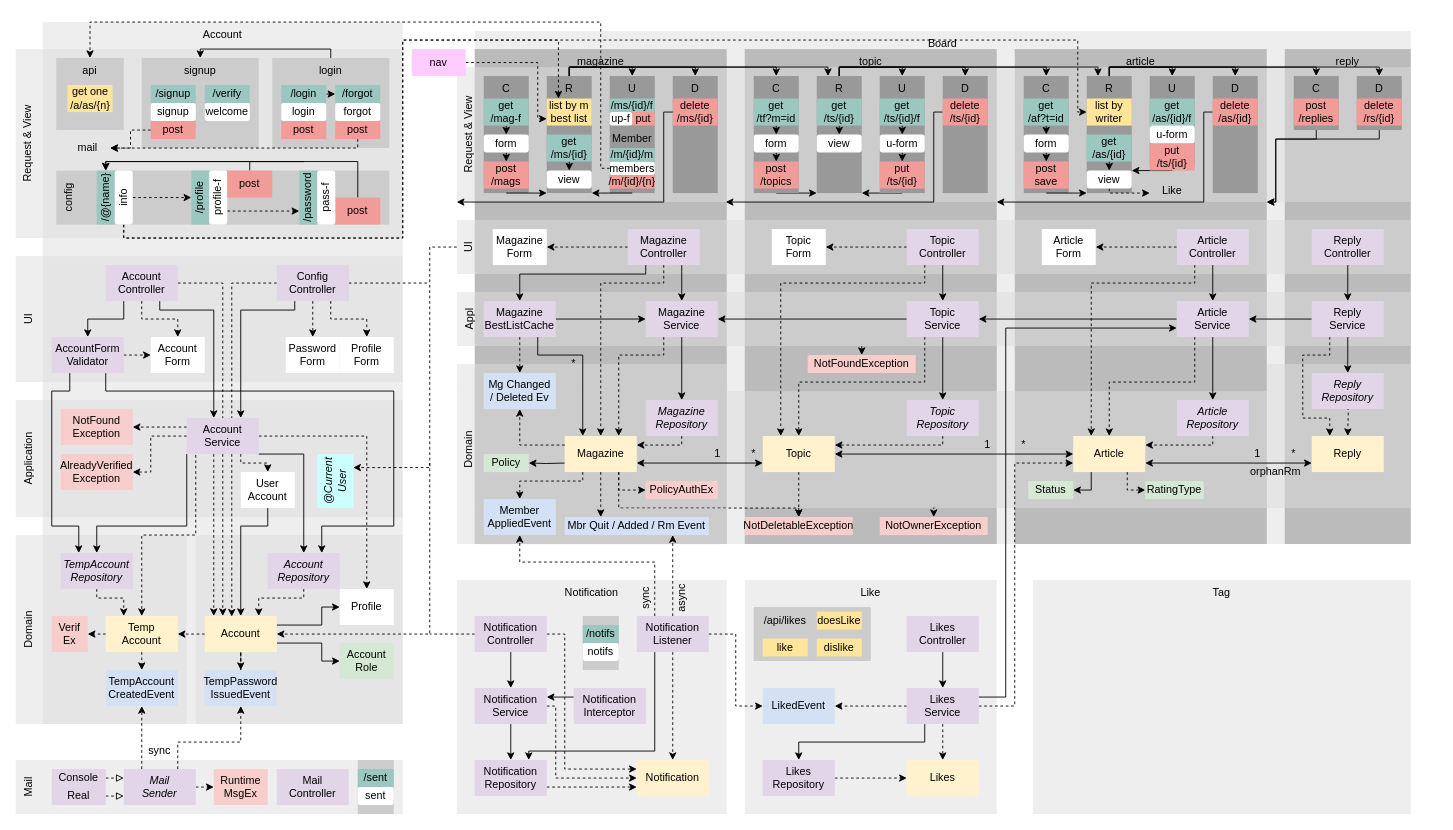
Above: diagram.drawio in suloginscene/dinner (draw.io), before the change. Source tidied: cells renumbered, new cells numbered last; positions are measured from the earlier drawing's top-left corner, leaving out a move shared by most shapes. Both pictures are drawn from the tidied source at 90%, with x=0, y=0 at pixel (15, 22).
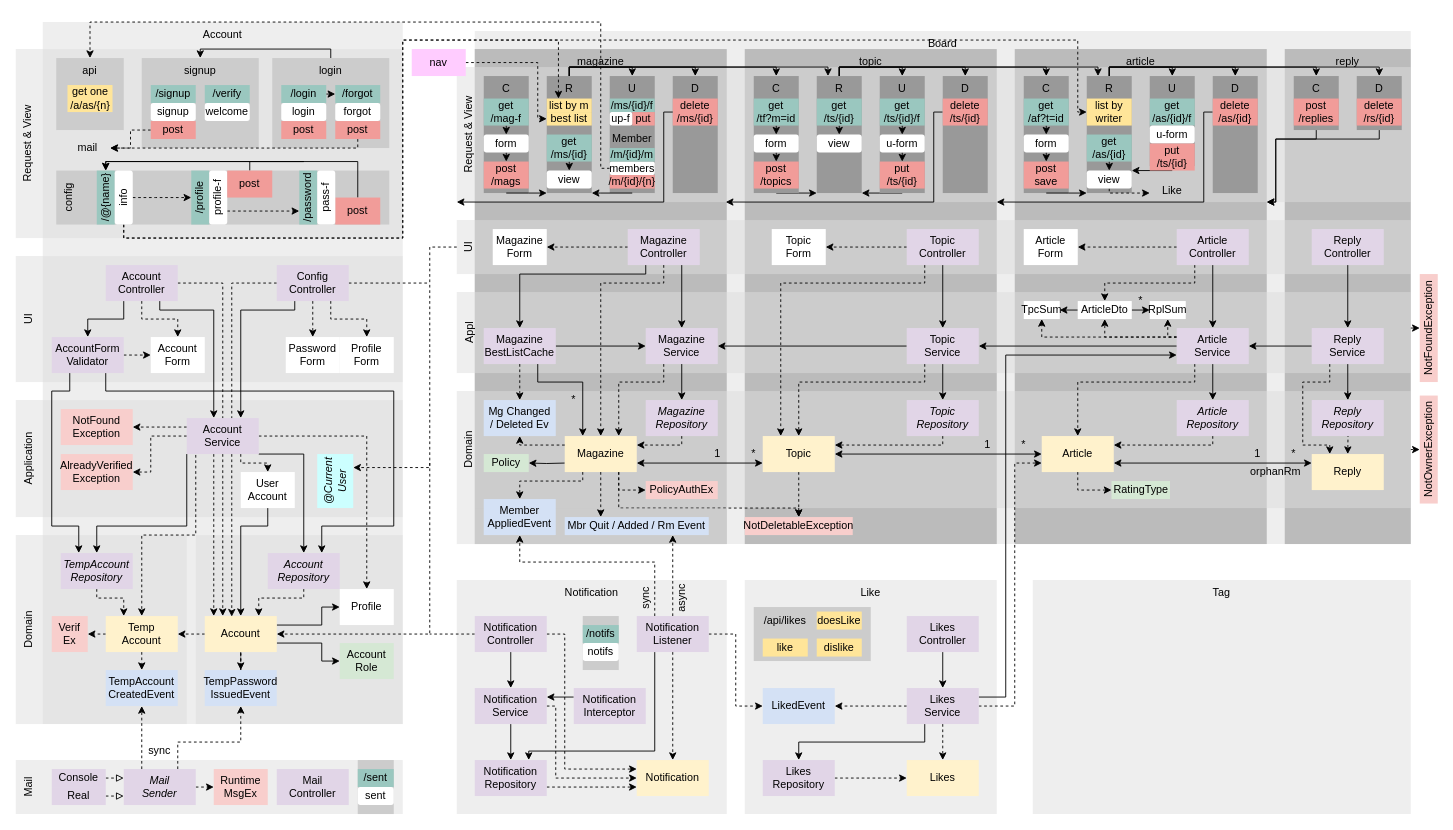
The same page after the edit.

The change refers to these unchanged cells:
```xml
<mxCell id="107" value="Magazine" style="rounded=0;whiteSpace=wrap;html=1;strokeColor=none;fillColor=#FFF2CC;" parent="1" vertex="1">
  <mxGeometry x="610" y="460" width="80" height="40" as="geometry" />
</mxCell>
<mxCell id="151" value="Article&lt;br&gt;Controller" style="rounded=0;whiteSpace=wrap;html=1;strokeColor=none;fillColor=#E1D5E7;" parent="1" vertex="1">
  <mxGeometry x="1290" y="230" width="80" height="40" as="geometry" />
</mxCell>
<mxCell id="302" value="Likes&lt;br&gt;Service" style="rounded=0;whiteSpace=wrap;html=1;strokeColor=none;fillColor=#E1D5E7;" parent="1" vertex="1">
  <mxGeometry x="990" y="740" width="80" height="40" as="geometry" />
</mxCell>
```

What changed in the source:
```diff
@@
+    <mxCell id="6" value="Board" style="rounded=0;whiteSpace=wrap;html=1;verticalAlign=top;fillColor=#EEEEEE;strokeColor=none;" parent="1" vertex="1">
+      <mxGeometry x="510" y="10" width="1040" height="570" as="geometry" />
+    </mxCell>
+    <mxCell id="7" value="reply" style="rounded=0;whiteSpace=wrap;html=1;verticalAlign=top;strokeColor=none;fillColor=#BBBBBB;" parent="1" vertex="1">
+      <mxGeometry x="1410" y="30" width="140" height="550" as="geometry" />
+    </mxCell>
@@
-    <mxCell id="6" value="Board" style="rounded=0;whiteSpace=wrap;html=1;verticalAlign=top;fillColor=#EEEEEE;strokeColor=none;" parent="1" vertex="1">
-      <mxGeometry x="510" y="10" width="1040" height="570" as="geometry" />
-    </mxCell>
-    <mxCell id="7" value="reply" style="rounded=0;whiteSpace=wrap;html=1;verticalAlign=top;strokeColor=none;fillColor=#BBBBBB;" parent="1" vertex="1">
-      <mxGeometry x="1410" y="30" width="140" height="550" as="geometry" />
-    </mxCell>
-    <mxCell id="8" style="rounded=0;whiteSpace=wrap;html=1;verticalAlign=top;fillColor=#DDDDDD;strokeColor=none;align=center;horizontal=0;opacity=50;" parent="1" vertex="1">
-      <mxGeometry x="1390" y="380" width="160" height="160" as="geometry" />
-    </mxCell>
-    <mxCell id="9" style="rounded=0;whiteSpace=wrap;html=1;verticalAlign=top;fillColor=#DDDDDD;strokeColor=none;align=center;horizontal=0;opacity=50;" parent="1" vertex="1">
-      <mxGeometry x="1390" y="300" width="160" height="60" as="geometry" />
-    </mxCell>
@@
-    <mxCell id="14" style="edgeStyle=orthogonalEdgeStyle;rounded=0;jettySize=auto;html=1;exitX=0.59;exitY=0.992;exitDx=0;exitDy=0;entryX=0.5;entryY=0;entryDx=0;entryDy=0;dashed=1;startArrow=none;startFill=0;exitPerimeter=0;" parent="1" edge="1" source="15" target="246">
-      <mxGeometry relative="1" as="geometry" />
+    <mxCell id="14" style="edgeStyle=orthogonalEdgeStyle;rounded=0;jettySize=auto;html=1;entryX=0;entryY=0.5;entryDx=0;entryDy=0;dashed=1;startArrow=none;startFill=0;" parent="1" edge="1" target="246">
+      <mxGeometry relative="1" as="geometry">
+        <mxPoint x="1550" y="475" as="sourcePoint" />
+      </mxGeometry>
     </mxCell>
     <mxCell id="15" value="Domain" style="rounded=0;whiteSpace=wrap;html=1;verticalAlign=top;fillColor=#DDDDDD;strokeColor=none;align=center;horizontal=0;opacity=50;" parent="1" vertex="1">
-      <mxGeometry x="490" y="410" width="900" height="130" as="geometry" />
+      <mxGeometry x="490" y="410" width="1060" height="130" as="geometry" />
     </mxCell>
-    <mxCell id="16" style="edgeStyle=orthogonalEdgeStyle;rounded=0;jettySize=auto;html=1;entryX=0.5;entryY=0;entryDx=0;entryDy=0;dashed=1;startArrow=none;startFill=0;" parent="1" edge="1" target="146">
+    <mxCell id="16" style="edgeStyle=orthogonalEdgeStyle;rounded=0;jettySize=auto;html=1;entryX=0;entryY=0.5;entryDx=0;entryDy=0;dashed=1;startArrow=none;startFill=0;" parent="1" edge="1" target="146">
       <mxGeometry relative="1" as="geometry">
-        <mxPoint x="940" y="360" as="sourcePoint" />
+        <mxPoint x="1550" y="340" as="sourcePoint" />
       </mxGeometry>
     </mxCell>
     <mxCell id="17" value="Appl" style="rounded=0;whiteSpace=wrap;html=1;verticalAlign=top;fillColor=#DDDDDD;strokeColor=none;align=center;horizontal=0;opacity=50;" parent="1" vertex="1">
-      <mxGeometry x="490" y="300" width="900" height="60" as="geometry" />
+      <mxGeometry x="490" y="300" width="1060" height="90" as="geometry" />
     </mxCell>
@@
     <mxCell id="101" value="Magazine&lt;br&gt;Service" style="rounded=0;whiteSpace=wrap;html=1;strokeColor=none;fillColor=#E1D5E7;" parent="1" vertex="1">
-      <mxGeometry x="700" y="310" width="80" height="40" as="geometry" />
+      <mxGeometry x="700" y="340" width="80" height="40" as="geometry" />
     </mxCell>
@@
     <mxCell id="125" value="Topic&lt;br&gt;Service" style="rounded=0;whiteSpace=wrap;html=1;strokeColor=none;fillColor=#E1D5E7;" parent="1" vertex="1">
-      <mxGeometry x="990" y="310" width="80" height="40" as="geometry" />
+      <mxGeometry x="990" y="340" width="80" height="40" as="geometry" />
     </mxCell>
@@
-    <mxCell id="146" value="NotFoundException" style="rounded=0;whiteSpace=wrap;html=1;strokeColor=none;fillColor=#F8CECC;" parent="1" vertex="1">
-      <mxGeometry x="880" y="370" width="120" height="20" as="geometry" />
+    <mxCell id="146" value="NotFoundException" style="rounded=0;whiteSpace=wrap;html=1;strokeColor=none;fillColor=#F8CECC;horizontal=0;" parent="1" vertex="1">
+      <mxGeometry x="1560" y="280" width="20" height="120" as="geometry" />
     </mxCell>
@@
-    <mxCell id="148" style="edgeStyle=orthogonalEdgeStyle;rounded=0;jettySize=auto;html=1;exitX=0.5;exitY=1;exitDx=0;exitDy=0;entryX=0.5;entryY=0;entryDx=0;entryDy=0;" parent="1" edge="1" source="151" target="156">
+    <mxCell id="148" style="edgeStyle=orthogonalEdgeStyle;rounded=0;jettySize=auto;html=1;exitX=0.5;exitY=1;exitDx=0;exitDy=0;" parent="1" edge="1" source="151" target="156">
       <mxGeometry relative="1" as="geometry" />
     </mxCell>
@@
-    <mxCell id="150" style="edgeStyle=orthogonalEdgeStyle;rounded=0;jettySize=auto;html=1;exitX=0.25;exitY=1;exitDx=0;exitDy=0;entryX=0.25;entryY=0;entryDx=0;entryDy=0;dashed=1;" parent="1" edge="1" source="151" target="162">
-      <mxGeometry relative="1" as="geometry">
-        <Array as="points">
-          <mxPoint x="1310" y="290" />
-          <mxPoint x="1195" y="290" />
-        </Array>
-      </mxGeometry>
-    </mxCell>
+    <mxCell id="339" style="edgeStyle=orthogonalEdgeStyle;rounded=0;jettySize=auto;html=1;exitX=0.25;exitY=1;exitDx=0;exitDy=0;entryX=0.5;entryY=0;entryDx=0;entryDy=0;dashed=1;" parent="1" edge="1" source="151" target="345">
+      <mxGeometry relative="1" as="geometry" />
+    </mxCell>
@@
     <mxCell id="152" value="Article&lt;br&gt;Form" style="rounded=0;whiteSpace=wrap;html=1;strokeColor=none;" parent="1" vertex="1">
-      <mxGeometry x="1140" y="230" width="60" height="40" as="geometry" />
+      <mxGeometry x="1120" y="230" width="60" height="40" as="geometry" />
     </mxCell>
@@
     <mxCell id="155" style="edgeStyle=orthogonalEdgeStyle;rounded=0;jettySize=auto;html=1;exitX=0.25;exitY=1;exitDx=0;exitDy=0;entryX=0.5;entryY=0;entryDx=0;entryDy=0;dashed=1;" parent="1" edge="1" source="156" target="162">
       <mxGeometry relative="1" as="geometry">
         <Array as="points">
           <mxPoint x="1310" y="400" />
-          <mxPoint x="1215" y="400" />
+          <mxPoint x="1180" y="400" />
         </Array>
       </mxGeometry>
     </mxCell>
+    <mxCell id="340" style="edgeStyle=orthogonalEdgeStyle;rounded=0;jettySize=auto;html=1;exitX=0;exitY=0.25;exitDx=0;exitDy=0;entryX=0.5;entryY=1;entryDx=0;entryDy=0;dashed=1;" parent="1" edge="1" source="156" target="345">
+      <mxGeometry relative="1" as="geometry">
+        <Array as="points">
+          <mxPoint x="1210" y="350" />
+        </Array>
+      </mxGeometry>
+    </mxCell>
+    <mxCell id="341" style="edgeStyle=orthogonalEdgeStyle;rounded=0;jettySize=auto;html=1;exitX=0;exitY=0.25;exitDx=0;exitDy=0;entryX=0.5;entryY=1;entryDx=0;entryDy=0;dashed=1;" parent="1" edge="1" source="156" target="346">
+      <mxGeometry relative="1" as="geometry">
+        <Array as="points">
+          <mxPoint x="1280" y="350" />
+        </Array>
+      </mxGeometry>
+    </mxCell>
+    <mxCell id="342" style="edgeStyle=orthogonalEdgeStyle;rounded=0;jettySize=auto;html=1;exitX=0;exitY=0.25;exitDx=0;exitDy=0;entryX=0.5;entryY=1;entryDx=0;entryDy=0;dashed=1;" parent="1" edge="1" source="156" target="348">
+      <mxGeometry relative="1" as="geometry" />
+    </mxCell>
     <mxCell id="156" value="Article&lt;br&gt;Service" style="rounded=0;whiteSpace=wrap;html=1;strokeColor=none;fillColor=#E1D5E7;" parent="1" vertex="1">
-      <mxGeometry x="1290" y="310" width="80" height="40" as="geometry" />
+      <mxGeometry x="1290" y="340" width="80" height="40" as="geometry" />
     </mxCell>
@@
-    <mxCell id="160" style="edgeStyle=orthogonalEdgeStyle;rounded=0;jettySize=auto;html=1;exitX=0.25;exitY=1;exitDx=0;exitDy=0;entryX=1;entryY=0.5;entryDx=0;entryDy=0;" parent="1" edge="1" source="162" target="288">
-      <mxGeometry relative="1" as="geometry">
-        <Array as="points">
-          <mxPoint x="1195" y="520" />
-        </Array>
-      </mxGeometry>
-    </mxCell>
-    <mxCell id="161" style="edgeStyle=orthogonalEdgeStyle;rounded=0;jettySize=auto;html=1;exitX=0.75;exitY=1;exitDx=0;exitDy=0;entryX=0;entryY=0.5;entryDx=0;entryDy=0;dashed=1;" parent="1" edge="1" source="162" target="338">
+    <mxCell id="161" style="edgeStyle=orthogonalEdgeStyle;rounded=0;jettySize=auto;html=1;exitX=0.5;exitY=1;exitDx=0;exitDy=0;entryX=0;entryY=0.5;entryDx=0;entryDy=0;dashed=1;" parent="1" edge="1" source="162" target="338">
       <mxGeometry relative="1" as="geometry">
         <Array as="points">
-          <mxPoint x="1235" y="520" />
+          <mxPoint x="1180" y="520" />
         </Array>
       </mxGeometry>
     </mxCell>
     <mxCell id="162" value="Article" style="rounded=0;whiteSpace=wrap;html=1;strokeColor=none;fillColor=#FFF2CC;" parent="1" vertex="1">
-      <mxGeometry x="1175" y="460" width="80" height="40" as="geometry" />
+      <mxGeometry x="1140" y="460" width="80" height="40" as="geometry" />
     </mxCell>
@@
-    <mxCell id="217" style="edgeStyle=orthogonalEdgeStyle;rounded=0;jettySize=auto;html=1;exitX=0;exitY=0.75;exitDx=0;exitDy=0;entryX=1;entryY=0.75;entryDx=0;entryDy=0;startArrow=classic;startFill=1;" parent="1" edge="1" source="218" target="162">
+    <mxCell id="217" style="edgeStyle=orthogonalEdgeStyle;rounded=0;jettySize=auto;html=1;exitX=0;exitY=0.25;exitDx=0;exitDy=0;entryX=1;entryY=0.75;entryDx=0;entryDy=0;startArrow=classic;startFill=1;" parent="1" edge="1" source="218" target="162">
       <mxGeometry relative="1" as="geometry" />
     </mxCell>
     <mxCell id="218" value="Reply" style="rounded=0;whiteSpace=wrap;html=1;strokeColor=none;fillColor=#FFF2CC;" parent="1" vertex="1">
-      <mxGeometry x="1440" y="460" width="80" height="40" as="geometry" />
+      <mxGeometry x="1440" y="480" width="80" height="40" as="geometry" />
     </mxCell>
@@
     <mxCell id="220" value="&lt;span&gt;Reply&lt;br&gt;&lt;/span&gt;Repository" style="rounded=0;whiteSpace=wrap;html=1;strokeColor=none;fontStyle=2;fillColor=#E1D5E7;" parent="1" vertex="1">
-      <mxGeometry x="1440" y="390" width="80" height="40" as="geometry" />
+      <mxGeometry x="1440" y="420" width="80" height="40" as="geometry" />
     </mxCell>
@@
     <mxCell id="226" style="edgeStyle=orthogonalEdgeStyle;rounded=0;jettySize=auto;html=1;exitX=0.25;exitY=1;exitDx=0;exitDy=0;entryX=0.25;entryY=0;entryDx=0;entryDy=0;dashed=1;" parent="1" edge="1" source="227" target="218">
       <mxGeometry relative="1" as="geometry">
         <Array as="points">
-          <mxPoint x="1460" y="370" />
-          <mxPoint x="1430" y="370" />
-          <mxPoint x="1430" y="440" />
-          <mxPoint x="1460" y="440" />
+          <mxPoint x="1460" y="400" />
+          <mxPoint x="1430" y="400" />
+          <mxPoint x="1430" y="470" />
+          <mxPoint x="1460" y="470" />
         </Array>
       </mxGeometry>
     </mxCell>
     <mxCell id="227" value="Reply&lt;br&gt;Service" style="rounded=0;whiteSpace=wrap;html=1;strokeColor=none;fillColor=#E1D5E7;" parent="1" vertex="1">
-      <mxGeometry x="1440" y="310" width="80" height="40" as="geometry" />
+      <mxGeometry x="1440" y="340" width="80" height="40" as="geometry" />
     </mxCell>
@@
-    <mxCell id="246" value="NotOwnerException" style="rounded=0;whiteSpace=wrap;html=1;strokeColor=none;fillColor=#F8CECC;" parent="1" vertex="1">
-      <mxGeometry x="960" y="550" width="120" height="20" as="geometry" />
+    <mxCell id="246" value="NotOwnerException" style="rounded=0;whiteSpace=wrap;html=1;strokeColor=none;fillColor=#F8CECC;horizontal=0;" parent="1" vertex="1">
+      <mxGeometry x="1560" y="415" width="20" height="120" as="geometry" />
     </mxCell>
@@
     <mxCell id="252" value="Magazine&lt;br&gt;BestListCache" style="rounded=0;whiteSpace=wrap;html=1;strokeColor=none;fillColor=#E1D5E7;" parent="1" vertex="1">
-      <mxGeometry x="520" y="310" width="80" height="40" as="geometry" />
+      <mxGeometry x="520" y="340" width="80" height="40" as="geometry" />
     </mxCell>
     <mxCell id="253" value="*" style="rounded=1;whiteSpace=wrap;html=1;strokeColor=none;fillColor=none;" parent="1" vertex="1">
-      <mxGeometry x="610" y="370" width="20" height="20" as="geometry" />
+      <mxGeometry x="610" y="410" width="20" height="20" as="geometry" />
     </mxCell>
@@
-    <mxCell id="274" style="rounded=0;whiteSpace=wrap;html=1;verticalAlign=top;fillColor=#DDDDDD;strokeColor=none;align=center;horizontal=0;opacity=50;" parent="1" vertex="1">
-      <mxGeometry x="490" y="380" width="300" height="30" as="geometry" />
-    </mxCell>
     <mxCell id="275" value="Mg&amp;nbsp;Changed&lt;br&gt;/ Deleted Ev" style="rounded=0;whiteSpace=wrap;html=1;strokeColor=none;fillColor=#D4E1F5;" parent="1" vertex="1">
-      <mxGeometry x="520" y="390" width="80" height="40" as="geometry" />
+      <mxGeometry x="520" y="420" width="80" height="40" as="geometry" />
     </mxCell>
@@
     <mxCell id="278" style="edgeStyle=orthogonalEdgeStyle;rounded=0;jettySize=auto;html=1;exitX=0.25;exitY=1;exitDx=0;exitDy=0;entryX=0.75;entryY=0;entryDx=0;entryDy=0;dashed=1;" parent="1" edge="1" source="101" target="107">
       <mxGeometry relative="1" as="geometry">
         <Array as="points">
-          <mxPoint x="720" y="370" />
-          <mxPoint x="670" y="370" />
+          <mxPoint x="720" y="400" />
+          <mxPoint x="670" y="400" />
         </Array>
       </mxGeometry>
     </mxCell>
@@
     <mxCell id="280" style="edgeStyle=orthogonalEdgeStyle;rounded=0;jettySize=auto;html=1;exitX=0.75;exitY=1;exitDx=0;exitDy=0;entryX=0.25;entryY=0;entryDx=0;entryDy=0;" parent="1" edge="1" source="252" target="107">
       <mxGeometry relative="1" as="geometry">
         <Array as="points">
-          <mxPoint x="580" y="370" />
-          <mxPoint x="630" y="370" />
+          <mxPoint x="580" y="400" />
+          <mxPoint x="630" y="400" />
         </Array>
       </mxGeometry>
     </mxCell>
@@
-    <mxCell id="288" value="Status" style="rounded=0;whiteSpace=wrap;html=1;strokeColor=none;fillColor=#D5E8D4;" parent="1" vertex="1">
-      <mxGeometry x="1125" y="510" width="50" height="20" as="geometry" />
-    </mxCell>
@@
     <mxCell id="298" style="edgeStyle=orthogonalEdgeStyle;rounded=0;jettySize=auto;html=1;exitX=1;exitY=0.25;exitDx=0;exitDy=0;entryX=0;entryY=0.75;entryDx=0;entryDy=0;endArrow=classic;endFill=1;" parent="1" edge="1" source="302" target="156">
       <mxGeometry relative="1" as="geometry">
         <Array as="points">
           <mxPoint x="1100" y="750" />
-          <mxPoint x="1100" y="340" />
+          <mxPoint x="1100" y="370" />
         </Array>
       </mxGeometry>
     </mxCell>
@@
     <mxCell id="338" value="RatingType" style="rounded=0;whiteSpace=wrap;html=1;strokeColor=none;fillColor=#D5E8D4;" parent="1" vertex="1">
-      <mxGeometry x="1255" y="510" width="65" height="20" as="geometry" />
+      <mxGeometry x="1217.5" y="510" width="65" height="20" as="geometry" />
     </mxCell>
+    <mxCell id="343" style="edgeStyle=orthogonalEdgeStyle;rounded=0;jettySize=auto;html=1;exitX=1;exitY=0.5;exitDx=0;exitDy=0;entryX=0;entryY=0.5;entryDx=0;entryDy=0;" parent="1" edge="1" source="345" target="346">
+      <mxGeometry relative="1" as="geometry" />
+    </mxCell>
+    <mxCell id="344" style="edgeStyle=orthogonalEdgeStyle;rounded=0;jettySize=auto;html=1;exitX=0;exitY=0.5;exitDx=0;exitDy=0;entryX=1;entryY=0.5;entryDx=0;entryDy=0;" parent="1" edge="1" source="345" target="348">
+      <mxGeometry relative="1" as="geometry" />
+    </mxCell>
+    <mxCell id="345" value="ArticleDto" style="rounded=0;whiteSpace=wrap;html=1;strokeColor=none;" parent="1" vertex="1">
+      <mxGeometry x="1180" y="310" width="60" height="20" as="geometry" />
+    </mxCell>
+    <mxCell id="346" value="RplSum" style="rounded=0;whiteSpace=wrap;html=1;strokeColor=none;" parent="1" vertex="1">
+      <mxGeometry x="1260" y="310" width="40" height="20" as="geometry" />
+    </mxCell>
+    <mxCell id="347" value="*" style="rounded=1;whiteSpace=wrap;html=1;strokeColor=none;fillColor=none;" parent="1" vertex="1">
+      <mxGeometry x="1240" y="300" width="20" height="20" as="geometry" />
+    </mxCell>
+    <mxCell id="348" value="TpcSum" style="rounded=0;whiteSpace=wrap;html=1;strokeColor=none;" parent="1" vertex="1">
+      <mxGeometry x="1120" y="310" width="40" height="20" as="geometry" />
+    </mxCell>
```
